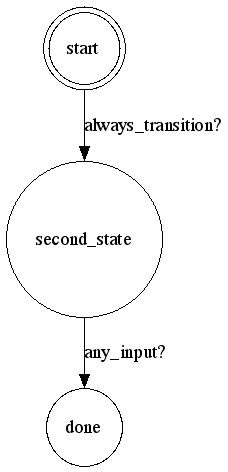
The Graphviz diagram public/workflows/flugelhorn.png in kyleburton/twilio-in-ten-minutes, before a commit. Its source is kept beside it as public/workflows/flugelhorn.dot.
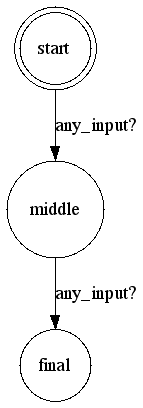
Above is the later version.

The edit, as a diff of the source:
```diff
@@ -1,7 +1,7 @@
 digraph {
-  "second_state" [ shape = circle ];
-  "second_state" -> "done" [ label = "any_input?" ];
+  "middle" [ shape = circle ];
+  "middle" -> "final" [ label = "any_input?" ];
   "start" [ shape = doublecircle ];
-  "start" -> "second_state" [ label = "always_transition?" ];
-  "done" [ shape = circle ];
+  "start" -> "middle" [ label = "any_input?" ];
+  "final" [ shape = circle ];
 }
```
